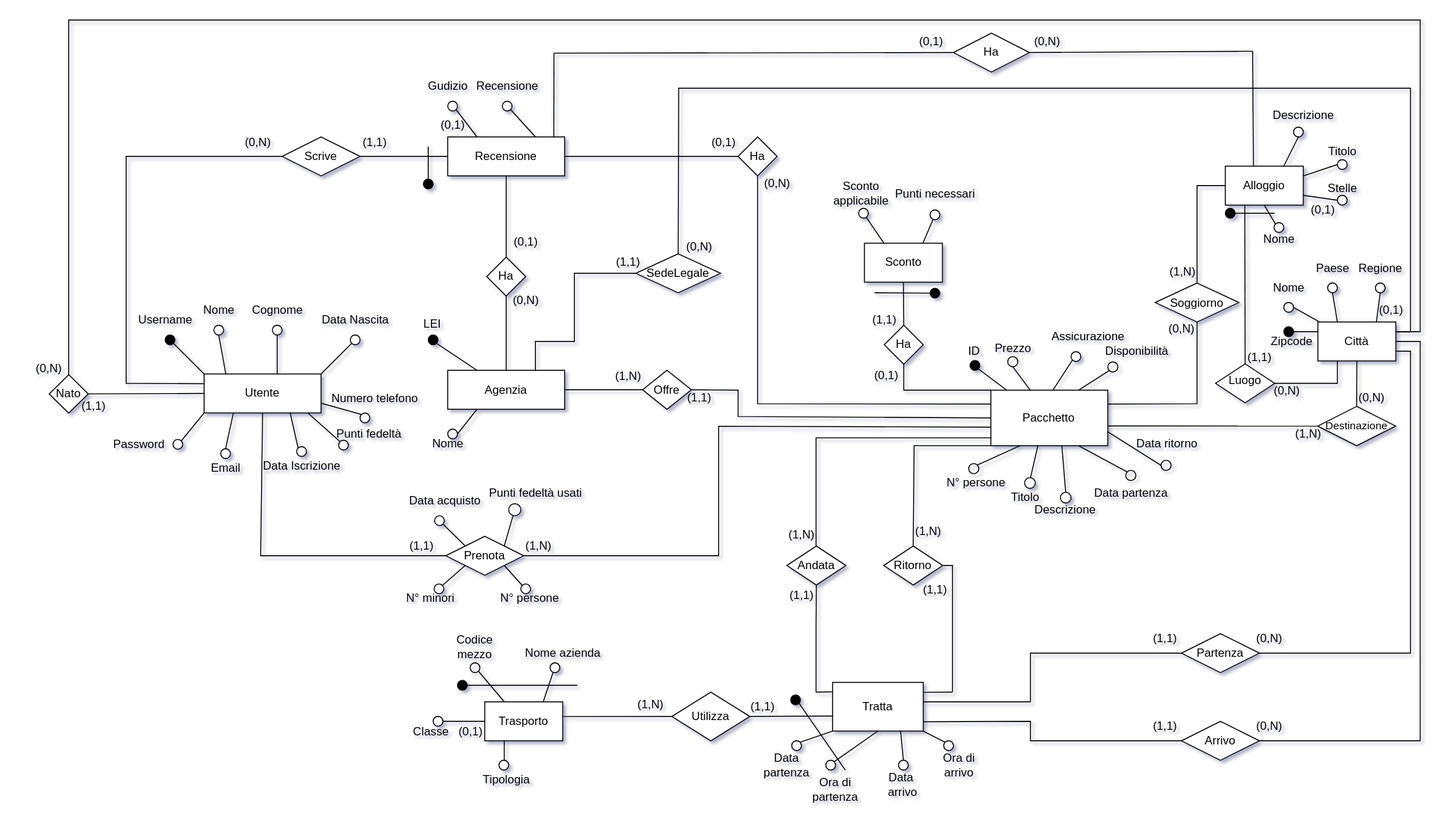
This is relazione/assets/ER_logico.svg from bustre/Easy-travel, a draw.io export, as it was before one commit. Source tidied: cells renumbered, new cells last; positions are measured from the earlier drawing's top-left corner, leaving out a move shared by most shapes.
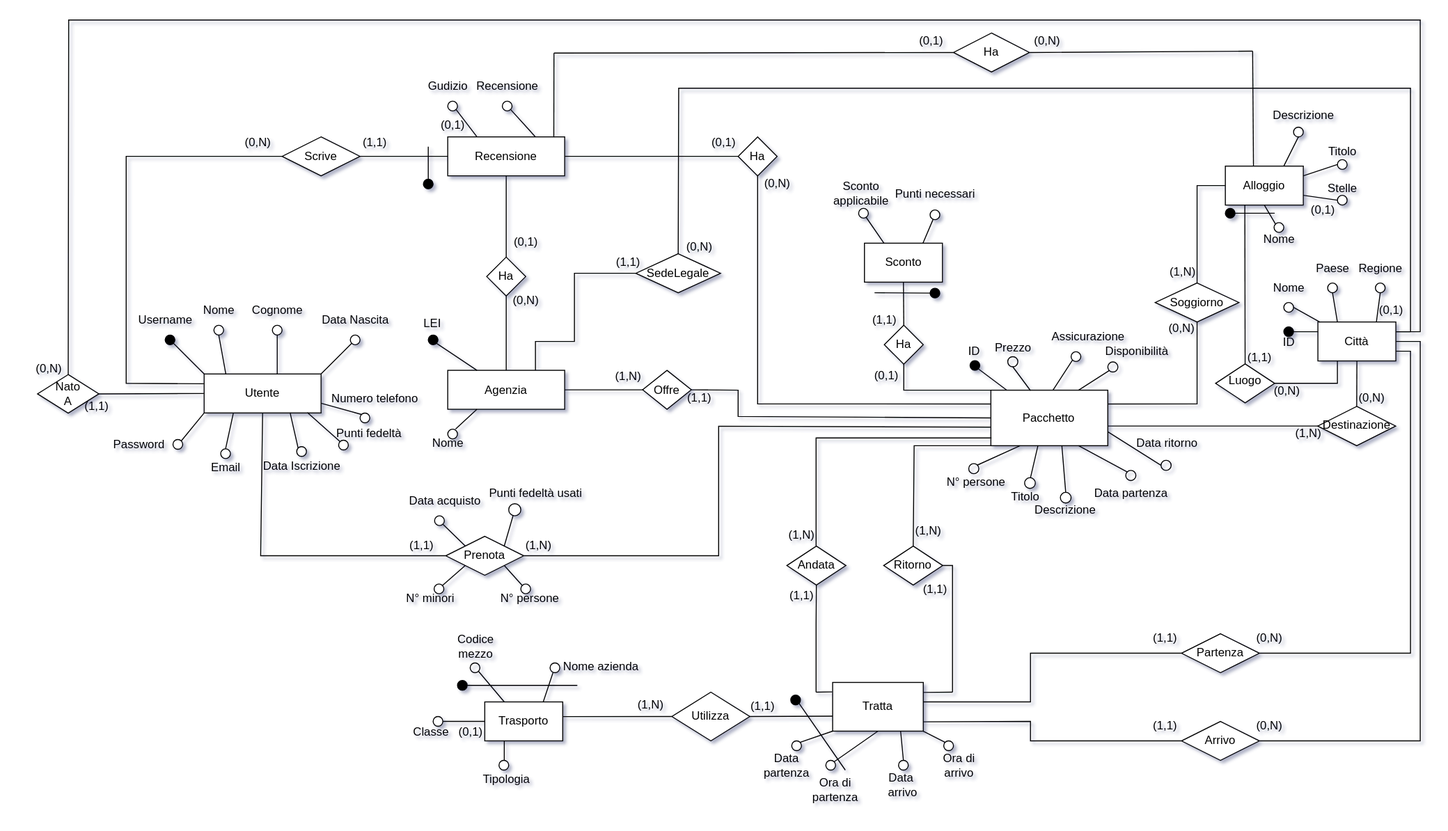
Later version of the same file.

Change to the diagram source:
```diff
@@ -3,7 +3,7 @@
     <mxCell id="0" />
     <mxCell id="1" parent="0" />
     <mxCell id="2" value="Codice mezzo" style="text;html=1;strokeColor=none;fillColor=none;align=center;verticalAlign=middle;whiteSpace=wrap;rounded=0;" parent="1" vertex="1">
-      <mxGeometry x="437" y="629" width="60" height="30" as="geometry" />
+      <mxGeometry x="438" y="628" width="60" height="30" as="geometry" />
     </mxCell>
     <mxCell id="3" value="(1,N)" style="text;html=1;align=center;verticalAlign=middle;strokeColor=none;fillColor=none;" parent="1" vertex="1">
       <mxGeometry x="777" y="514" width="50" height="30" as="geometry" />
@@ -67,7 +67,7 @@
     <mxCell id="22" value="Data ritorno" style="text;html=1;align=center;verticalAlign=middle;strokeColor=none;fillColor=none;" parent="1" vertex="1">
       <mxGeometry x="1136.2" y="422" width="81" height="26" as="geometry" />
     </mxCell>
-    <mxCell id="23" value="&lt;div style=&quot;line-height: 0%; font-size: 11px;&quot; align=&quot;center&quot;&gt;Destinazione&lt;/div&gt;&lt;div style=&quot;font-size: 11px;&quot; align=&quot;center&quot;&gt;&lt;br style=&quot;font-size: 11px;&quot;&gt;&lt;/div&gt;" style="rhombus;whiteSpace=wrap;html=1;align=center;spacingTop=13;fontSize=11;" parent="1" vertex="1">
+    <mxCell id="23" value="Destinazione&#10;" style="rhombus;whiteSpace=wrap;html=1;align=center;spacingTop=13;" parent="1" vertex="1">
       <mxGeometry x="1331.8" y="396.7" width="80" height="40.3" as="geometry" />
     </mxCell>
     <mxCell id="24" style="endArrow=none;html=1;rounded=0;exitX=1.003;exitY=0.645;exitDx=0;exitDy=0;entryX=0;entryY=0.5;entryDx=0;entryDy=0;exitPerimeter=0;" parent="1" edge="1" source="4" target="23">
@@ -91,8 +91,10 @@
     <mxCell id="30" value="Nome" style="text;html=1;align=center;verticalAlign=middle;strokeColor=none;fillColor=none;" parent="1" vertex="1">
       <mxGeometry x="1271.8" y="260" width="60" height="30" as="geometry" />
     </mxCell>
-    <mxCell id="31" style="endArrow=none;html=1;rounded=0;exitX=0.027;exitY=0.006;exitDx=0;exitDy=0;exitPerimeter=0;entryX=1;entryY=0.5;entryDx=0;entryDy=0;" parent="1" edge="1" source="25" target="29">
-      <mxGeometry relative="1" as="geometry" />
+    <mxCell id="31" style="endArrow=none;html=1;rounded=0;exitX=0.027;exitY=0.006;exitDx=0;exitDy=0;exitPerimeter=0;" parent="1" edge="1" source="25">
+      <mxGeometry relative="1" as="geometry">
+        <mxPoint x="1307" y="295" as="targetPoint" />
+      </mxGeometry>
     </mxCell>
     <mxCell id="32" style="ellipse;whiteSpace=wrap;html=1;" parent="1" vertex="1">
       <mxGeometry x="1342" y="270" width="10" height="10" as="geometry" />
@@ -513,11 +515,13 @@
     <mxCell id="143" value="Nome" style="text;html=1;align=center;verticalAlign=middle;strokeColor=none;fillColor=none;" parent="1" vertex="1">
       <mxGeometry x="409" y="420.2" width="60" height="30" as="geometry" />
     </mxCell>
-    <mxCell id="144" style="endArrow=none;html=1;rounded=0;exitX=0.25;exitY=1;exitDx=0;exitDy=0;entryX=1;entryY=0.5;entryDx=0;entryDy=0;" parent="1" edge="1" source="88" target="142">
-      <mxGeometry relative="1" as="geometry" />
+    <mxCell id="144" style="endArrow=none;html=1;rounded=0;exitX=0.25;exitY=1;exitDx=0;exitDy=0;" parent="1" edge="1" source="88">
+      <mxGeometry relative="1" as="geometry">
+        <mxPoint x="447" y="420" as="targetPoint" />
+      </mxGeometry>
     </mxCell>
-    <mxCell id="145" value="Nato" style="rhombus;whiteSpace=wrap;html=1;" parent="1" vertex="1">
-      <mxGeometry x="30" y="364" width="40" height="39.6" as="geometry" />
+    <mxCell id="145" value="Nato&lt;br&gt;A" style="rhombus;whiteSpace=wrap;html=1;" parent="1" vertex="1">
+      <mxGeometry x="18" y="364" width="63" height="39.6" as="geometry" />
     </mxCell>
     <mxCell id="146" style="endArrow=none;html=1;rounded=0;exitX=1;exitY=0.5;exitDx=0;exitDy=0;entryX=0;entryY=0.5;entryDx=0;entryDy=0;" parent="1" edge="1" source="145" target="113">
       <mxGeometry relative="1" as="geometry" />
@@ -598,7 +602,7 @@
       </mxGeometry>
     </mxCell>
     <mxCell id="165" value="(1,1)" style="text;html=1;strokeColor=none;fillColor=none;align=center;verticalAlign=middle;whiteSpace=wrap;rounded=0;" parent="1" vertex="1">
-      <mxGeometry x="46" y="382.4" width="60" height="30" as="geometry" />
+      <mxGeometry x="49" y="382.4" width="60" height="30" as="geometry" />
     </mxCell>
     <mxCell id="166" style="ellipse;whiteSpace=wrap;html=1;" parent="1" vertex="1">
       <mxGeometry x="157" y="430.6" width="10" height="10" as="geometry" />
@@ -715,7 +719,7 @@
       <mxGeometry x="544" y="660" width="10" height="10" as="geometry" />
     </mxCell>
     <mxCell id="200" value="Nome azienda" style="text;html=1;align=center;verticalAlign=middle;strokeColor=none;fillColor=none;" parent="1" vertex="1">
-      <mxGeometry x="507" y="635" width="100" height="30" as="geometry" />
+      <mxGeometry x="546" y="649" width="100" height="30" as="geometry" />
     </mxCell>
     <mxCell id="201" style="ellipse;whiteSpace=wrap;html=1;" parent="1" vertex="1">
       <mxGeometry x="792" y="740" width="10" height="10" as="geometry" />
@@ -868,8 +872,8 @@
     <mxCell id="245" value="(0,1)" style="text;html=1;align=center;verticalAlign=middle;strokeColor=none;fillColor=none;" parent="1" vertex="1">
       <mxGeometry x="1312" y="180" width="50" height="30" as="geometry" />
     </mxCell>
-    <mxCell id="246" value="Zipcode" style="text;html=1;align=center;verticalAlign=middle;strokeColor=none;fillColor=none;" parent="1" vertex="1">
-      <mxGeometry x="1270" y="315" width="70" height="30" as="geometry" />
+    <mxCell id="246" value="ID" style="text;html=1;align=center;verticalAlign=middle;strokeColor=none;fillColor=none;" parent="1" vertex="1">
+      <mxGeometry x="1282" y="316" width="40" height="30" as="geometry" />
     </mxCell>
   </root>
 </mxGraphModel>
```
